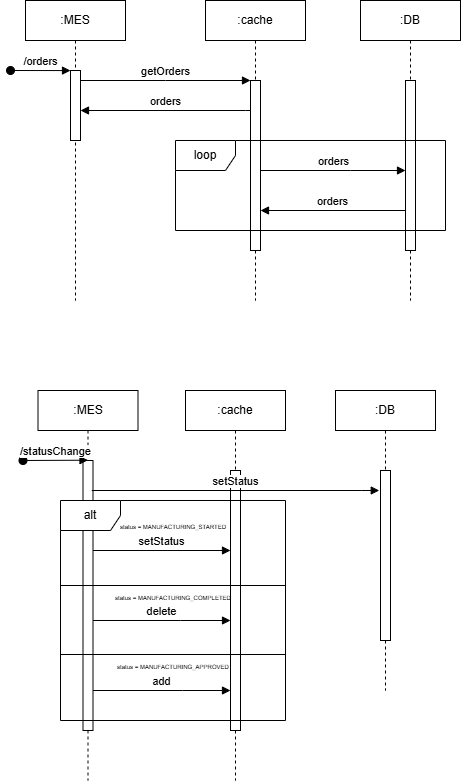
Earlier version of the draw.io export Task5/cache.drawio.png (EvHn/architecture-pro-alexandrite). Source tidied: cells renumbered, new cells last; positions are measured from the earlier drawing's top-left corner, leaving out a move shared by most shapes. Its diagram source:
```xml
<mxGraphModel>
  <root>
    <mxCell id="0" />
    <mxCell id="1" parent="0" />
    <mxCell id="2" value=":MES" style="shape=umlLifeline;perimeter=lifelinePerimeter;whiteSpace=wrap;html=1;newEdgeStyle={&quot;edgeStyle&quot;:&quot;elbowEdgeStyle&quot;,&quot;elbow&quot;:&quot;vertical&quot;,&quot;curved&quot;:0,&quot;rounded&quot;:0};" parent="1" vertex="1">
      <mxGeometry x="15" width="100" height="300" as="geometry" />
    </mxCell>
    <mxCell id="3" style="html=1;points=[];perimeter=orthogonalPerimeter;outlineConnect=0;targetShapes=umlLifeline;portConstraint=eastwest;newEdgeStyle={&quot;edgeStyle&quot;:&quot;elbowEdgeStyle&quot;,&quot;elbow&quot;:&quot;vertical&quot;,&quot;curved&quot;:0,&quot;rounded&quot;:0};" parent="2" vertex="1">
      <mxGeometry x="45" y="70" width="10" height="70" as="geometry" />
    </mxCell>
    <mxCell id="4" value="/orders" style="html=1;verticalAlign=bottom;startArrow=oval;endArrow=block;startSize=8;edgeStyle=elbowEdgeStyle;elbow=vertical;curved=0;rounded=0;" parent="2" edge="1" target="3">
      <mxGeometry relative="1" as="geometry">
        <mxPoint x="-15" y="70" as="sourcePoint" />
      </mxGeometry>
    </mxCell>
    <mxCell id="5" value=":cache" style="shape=umlLifeline;perimeter=lifelinePerimeter;whiteSpace=wrap;html=1;newEdgeStyle={&quot;edgeStyle&quot;:&quot;elbowEdgeStyle&quot;,&quot;elbow&quot;:&quot;vertical&quot;,&quot;curved&quot;:0,&quot;rounded&quot;:0};" parent="1" vertex="1">
      <mxGeometry x="195" width="100" height="300" as="geometry" />
    </mxCell>
    <mxCell id="6" style="html=1;points=[];perimeter=orthogonalPerimeter;outlineConnect=0;targetShapes=umlLifeline;portConstraint=eastwest;newEdgeStyle={&quot;edgeStyle&quot;:&quot;elbowEdgeStyle&quot;,&quot;elbow&quot;:&quot;vertical&quot;,&quot;curved&quot;:0,&quot;rounded&quot;:0};" parent="5" vertex="1">
      <mxGeometry x="45" y="80" width="10" height="170" as="geometry" />
    </mxCell>
    <mxCell id="7" value="getOrders" style="html=1;verticalAlign=bottom;endArrow=block;edgeStyle=elbowEdgeStyle;elbow=horizontal;curved=0;rounded=0;" parent="1" edge="1" source="3" target="6">
      <mxGeometry relative="1" as="geometry">
        <Array as="points">
          <mxPoint x="155" y="80" />
        </Array>
      </mxGeometry>
    </mxCell>
    <mxCell id="8" value=":DB" style="shape=umlLifeline;perimeter=lifelinePerimeter;whiteSpace=wrap;html=1;newEdgeStyle={&quot;edgeStyle&quot;:&quot;elbowEdgeStyle&quot;,&quot;elbow&quot;:&quot;vertical&quot;,&quot;curved&quot;:0,&quot;rounded&quot;:0};" parent="1" vertex="1">
      <mxGeometry x="350" width="100" height="300" as="geometry" />
    </mxCell>
    <mxCell id="9" style="html=1;points=[];perimeter=orthogonalPerimeter;outlineConnect=0;targetShapes=umlLifeline;portConstraint=eastwest;newEdgeStyle={&quot;edgeStyle&quot;:&quot;elbowEdgeStyle&quot;,&quot;elbow&quot;:&quot;vertical&quot;,&quot;curved&quot;:0,&quot;rounded&quot;:0};" parent="8" vertex="1">
      <mxGeometry x="45" y="80" width="10" height="170" as="geometry" />
    </mxCell>
    <mxCell id="10" value="orders" style="html=1;verticalAlign=bottom;endArrow=block;edgeStyle=elbowEdgeStyle;elbow=horizontal;curved=0;rounded=0;" parent="1" edge="1" source="6" target="3">
      <mxGeometry relative="1" as="geometry">
        <Array as="points">
          <mxPoint x="235" y="110" />
        </Array>
      </mxGeometry>
    </mxCell>
    <mxCell id="11" value="loop" style="shape=umlFrame;whiteSpace=wrap;html=1;" parent="1" vertex="1">
      <mxGeometry x="165" y="140" width="270" height="90" as="geometry" />
    </mxCell>
    <mxCell id="12" value="orders" style="html=1;verticalAlign=bottom;endArrow=block;edgeStyle=elbowEdgeStyle;elbow=horizontal;curved=0;rounded=0;" parent="1" edge="1" source="6">
      <mxGeometry relative="1" as="geometry">
        <mxPoint x="395" y="170" as="targetPoint" />
        <Array as="points">
          <mxPoint x="340" y="170" />
        </Array>
      </mxGeometry>
    </mxCell>
    <mxCell id="13" value="orders" style="html=1;verticalAlign=bottom;endArrow=block;edgeStyle=elbowEdgeStyle;elbow=horizontal;curved=0;rounded=0;" parent="1" edge="1">
      <mxGeometry relative="1" as="geometry">
        <mxPoint x="395" y="210" as="sourcePoint" />
        <mxPoint x="250" y="210" as="targetPoint" />
      </mxGeometry>
    </mxCell>
    <mxCell id="14" value=":MES" style="shape=umlLifeline;perimeter=lifelinePerimeter;whiteSpace=wrap;html=1;newEdgeStyle={&quot;edgeStyle&quot;:&quot;elbowEdgeStyle&quot;,&quot;elbow&quot;:&quot;vertical&quot;,&quot;curved&quot;:0,&quot;rounded&quot;:0};" parent="1" vertex="1">
      <mxGeometry x="27.5" y="390" width="100" height="390" as="geometry" />
    </mxCell>
    <mxCell id="15" style="html=1;points=[];perimeter=orthogonalPerimeter;outlineConnect=0;targetShapes=umlLifeline;portConstraint=eastwest;newEdgeStyle={&quot;edgeStyle&quot;:&quot;elbowEdgeStyle&quot;,&quot;elbow&quot;:&quot;vertical&quot;,&quot;curved&quot;:0,&quot;rounded&quot;:0};" parent="14" vertex="1">
      <mxGeometry x="45" y="70" width="10" height="270" as="geometry" />
    </mxCell>
    <mxCell id="16" value="/statusChange" style="html=1;verticalAlign=bottom;startArrow=oval;endArrow=block;startSize=8;edgeStyle=elbowEdgeStyle;elbow=vertical;curved=0;rounded=0;" parent="14" edge="1" target="15">
      <mxGeometry relative="1" as="geometry">
        <mxPoint x="-15" y="70" as="sourcePoint" />
      </mxGeometry>
    </mxCell>
    <mxCell id="17" value=":cache" style="shape=umlLifeline;perimeter=lifelinePerimeter;whiteSpace=wrap;html=1;newEdgeStyle={&quot;edgeStyle&quot;:&quot;elbowEdgeStyle&quot;,&quot;elbow&quot;:&quot;vertical&quot;,&quot;curved&quot;:0,&quot;rounded&quot;:0};" parent="1" vertex="1">
      <mxGeometry x="175" y="390" width="100" height="390" as="geometry" />
    </mxCell>
    <mxCell id="18" style="html=1;points=[];perimeter=orthogonalPerimeter;outlineConnect=0;targetShapes=umlLifeline;portConstraint=eastwest;newEdgeStyle={&quot;edgeStyle&quot;:&quot;elbowEdgeStyle&quot;,&quot;elbow&quot;:&quot;vertical&quot;,&quot;curved&quot;:0,&quot;rounded&quot;:0};" parent="17" vertex="1">
      <mxGeometry x="45" y="80" width="10" height="260" as="geometry" />
    </mxCell>
    <mxCell id="19" value="setStatus" style="html=1;verticalAlign=bottom;endArrow=block;edgeStyle=elbowEdgeStyle;elbow=horizontal;curved=0;rounded=0;" parent="1" edge="1">
      <mxGeometry relative="1" as="geometry">
        <mxPoint x="82.5" y="550" as="sourcePoint" />
        <mxPoint x="220" y="550" as="targetPoint" />
        <Array as="points">
          <mxPoint x="167.5" y="550" />
        </Array>
      </mxGeometry>
    </mxCell>
    <mxCell id="20" value=":DB" style="shape=umlLifeline;perimeter=lifelinePerimeter;whiteSpace=wrap;html=1;newEdgeStyle={&quot;edgeStyle&quot;:&quot;elbowEdgeStyle&quot;,&quot;elbow&quot;:&quot;vertical&quot;,&quot;curved&quot;:0,&quot;rounded&quot;:0};" parent="1" vertex="1">
      <mxGeometry x="325" y="390" width="100" height="300" as="geometry" />
    </mxCell>
    <mxCell id="21" style="html=1;perimeter=orthogonalPerimeter;targetShapes=umlLifeline;newEdgeStyle={&quot;edgeStyle&quot;:&quot;elbowEdgeStyle&quot;,&quot;elbow&quot;:&quot;vertical&quot;,&quot;curved&quot;:0,&quot;rounded&quot;:0};" parent="20" vertex="1">
      <mxGeometry x="45" y="80" width="10" height="170" as="geometry" />
    </mxCell>
    <mxCell id="22" value="setStatus" style="html=1;verticalAlign=bottom;endArrow=block;edgeStyle=elbowEdgeStyle;elbow=horizontal;curved=0;rounded=0;" parent="1" edge="1">
      <mxGeometry relative="1" as="geometry">
        <mxPoint x="81.2" y="490" as="sourcePoint" />
        <mxPoint x="368.8" y="490" as="targetPoint" />
        <Array as="points">
          <mxPoint x="351.2" y="490" />
        </Array>
      </mxGeometry>
    </mxCell>
    <mxCell id="23" value="alt" style="shape=umlFrame;whiteSpace=wrap;html=1;" parent="1" vertex="1">
      <mxGeometry x="50" y="500" width="225" height="220" as="geometry" />
    </mxCell>
    <mxCell id="24" style="line;strokeWidth=1;fillColor=none;align=left;verticalAlign=middle;spacingTop=-1;spacingLeft=3;spacingRight=3;labelPosition=right;strokeColor=inherit;" parent="1" vertex="1">
      <mxGeometry x="50" y="581" width="225" height="8" as="geometry" />
    </mxCell>
    <mxCell id="25" style="line;strokeWidth=1;fillColor=none;align=left;verticalAlign=middle;spacingTop=-1;spacingLeft=3;spacingRight=3;labelPosition=right;strokeColor=inherit;" parent="1" vertex="1">
      <mxGeometry x="50" y="650" width="225" height="8" as="geometry" />
    </mxCell>
    <mxCell id="26" value="delete" style="html=1;verticalAlign=bottom;endArrow=block;edgeStyle=elbowEdgeStyle;elbow=horizontal;curved=0;rounded=0;" parent="1" edge="1" source="15" target="18">
      <mxGeometry relative="1" as="geometry">
        <Array as="points">
          <mxPoint x="170" y="620" />
        </Array>
      </mxGeometry>
    </mxCell>
    <mxCell id="27" value="add" style="html=1;verticalAlign=bottom;endArrow=block;edgeStyle=elbowEdgeStyle;elbow=horizontal;curved=0;rounded=0;" parent="1" edge="1" source="15" target="18">
      <mxGeometry relative="1" as="geometry">
        <Array as="points">
          <mxPoint x="172" y="690" />
        </Array>
      </mxGeometry>
    </mxCell>
    <mxCell id="28" value="&lt;font style=&quot;font-size: 6px;&quot;&gt;status = MANUFACTURING_STARTED&lt;/font&gt;" style="text;html=1;whiteSpace=wrap;strokeColor=none;fillColor=none;align=center;verticalAlign=middle;rounded=0;strokeWidth=1;" parent="1" vertex="1">
      <mxGeometry x="102.5" y="510" width="120" height="30" as="geometry" />
    </mxCell>
    <mxCell id="29" value="&lt;font style=&quot;font-size: 6px;&quot;&gt;status = MANUFACTURING_COMPLETED&lt;/font&gt;" style="text;html=1;whiteSpace=wrap;strokeColor=none;fillColor=none;align=center;verticalAlign=middle;rounded=0;strokeWidth=1;" parent="1" vertex="1">
      <mxGeometry x="102.5" y="581" width="120" height="30" as="geometry" />
    </mxCell>
    <mxCell id="30" value="&lt;font style=&quot;font-size: 6px;&quot;&gt;status = MANUFACTURING_APPROVED&lt;/font&gt;" style="text;html=1;whiteSpace=wrap;strokeColor=none;fillColor=none;align=center;verticalAlign=middle;rounded=0;strokeWidth=1;" parent="1" vertex="1">
      <mxGeometry x="102.5" y="650" width="120" height="30" as="geometry" />
    </mxCell>
  </root>
</mxGraphModel>
```
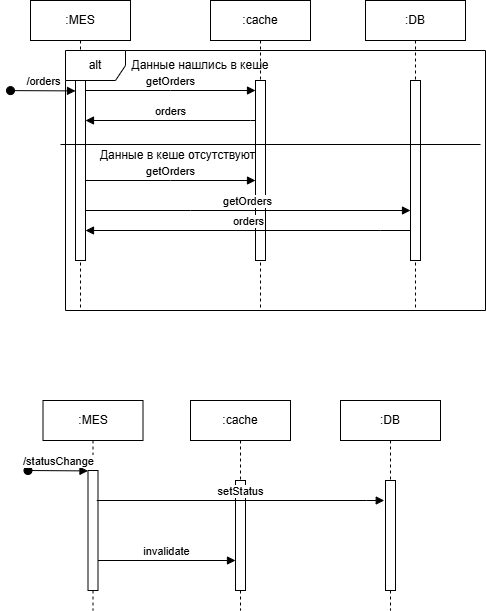
Above is the later version.

Change to the diagram source:
```diff
@@ -3,21 +3,16 @@
     <mxCell id="0" />
     <mxCell id="1" parent="0" />
     <mxCell id="2" value=":MES" style="shape=umlLifeline;perimeter=lifelinePerimeter;whiteSpace=wrap;html=1;newEdgeStyle={&quot;edgeStyle&quot;:&quot;elbowEdgeStyle&quot;,&quot;elbow&quot;:&quot;vertical&quot;,&quot;curved&quot;:0,&quot;rounded&quot;:0};" parent="1" vertex="1">
-      <mxGeometry x="15" width="100" height="300" as="geometry" />
+      <mxGeometry x="15" y="-10" width="100" height="310" as="geometry" />
     </mxCell>
     <mxCell id="3" style="html=1;points=[];perimeter=orthogonalPerimeter;outlineConnect=0;targetShapes=umlLifeline;portConstraint=eastwest;newEdgeStyle={&quot;edgeStyle&quot;:&quot;elbowEdgeStyle&quot;,&quot;elbow&quot;:&quot;vertical&quot;,&quot;curved&quot;:0,&quot;rounded&quot;:0};" parent="2" vertex="1">
-      <mxGeometry x="45" y="70" width="10" height="70" as="geometry" />
+      <mxGeometry x="45" y="70" width="10" height="190" as="geometry" />
     </mxCell>
-    <mxCell id="4" value="/orders" style="html=1;verticalAlign=bottom;startArrow=oval;endArrow=block;startSize=8;edgeStyle=elbowEdgeStyle;elbow=vertical;curved=0;rounded=0;" parent="2" edge="1" target="3">
-      <mxGeometry relative="1" as="geometry">
-        <mxPoint x="-15" y="70" as="sourcePoint" />
-      </mxGeometry>
-    </mxCell>
     <mxCell id="5" value=":cache" style="shape=umlLifeline;perimeter=lifelinePerimeter;whiteSpace=wrap;html=1;newEdgeStyle={&quot;edgeStyle&quot;:&quot;elbowEdgeStyle&quot;,&quot;elbow&quot;:&quot;vertical&quot;,&quot;curved&quot;:0,&quot;rounded&quot;:0};" parent="1" vertex="1">
-      <mxGeometry x="195" width="100" height="300" as="geometry" />
+      <mxGeometry x="195" y="-10" width="100" height="310" as="geometry" />
     </mxCell>
     <mxCell id="6" style="html=1;points=[];perimeter=orthogonalPerimeter;outlineConnect=0;targetShapes=umlLifeline;portConstraint=eastwest;newEdgeStyle={&quot;edgeStyle&quot;:&quot;elbowEdgeStyle&quot;,&quot;elbow&quot;:&quot;vertical&quot;,&quot;curved&quot;:0,&quot;rounded&quot;:0};" parent="5" vertex="1">
-      <mxGeometry x="45" y="80" width="10" height="170" as="geometry" />
+      <mxGeometry x="45" y="80" width="10" height="180" as="geometry" />
     </mxCell>
     <mxCell id="7" value="getOrders" style="html=1;verticalAlign=bottom;endArrow=block;edgeStyle=elbowEdgeStyle;elbow=horizontal;curved=0;rounded=0;" parent="1" edge="1" source="3" target="6">
       <mxGeometry relative="1" as="geometry">
@@ -27,10 +22,10 @@
       </mxGeometry>
     </mxCell>
     <mxCell id="8" value=":DB" style="shape=umlLifeline;perimeter=lifelinePerimeter;whiteSpace=wrap;html=1;newEdgeStyle={&quot;edgeStyle&quot;:&quot;elbowEdgeStyle&quot;,&quot;elbow&quot;:&quot;vertical&quot;,&quot;curved&quot;:0,&quot;rounded&quot;:0};" parent="1" vertex="1">
-      <mxGeometry x="350" width="100" height="300" as="geometry" />
+      <mxGeometry x="350" y="-10" width="100" height="310" as="geometry" />
     </mxCell>
     <mxCell id="9" style="html=1;points=[];perimeter=orthogonalPerimeter;outlineConnect=0;targetShapes=umlLifeline;portConstraint=eastwest;newEdgeStyle={&quot;edgeStyle&quot;:&quot;elbowEdgeStyle&quot;,&quot;elbow&quot;:&quot;vertical&quot;,&quot;curved&quot;:0,&quot;rounded&quot;:0};" parent="8" vertex="1">
-      <mxGeometry x="45" y="80" width="10" height="170" as="geometry" />
+      <mxGeometry x="45" y="80" width="10" height="180" as="geometry" />
     </mxCell>
     <mxCell id="10" value="orders" style="html=1;verticalAlign=bottom;endArrow=block;edgeStyle=elbowEdgeStyle;elbow=horizontal;curved=0;rounded=0;" parent="1" edge="1" source="6" target="3">
       <mxGeometry relative="1" as="geometry">
@@ -39,28 +34,19 @@
         </Array>
       </mxGeometry>
     </mxCell>
-    <mxCell id="11" value="loop" style="shape=umlFrame;whiteSpace=wrap;html=1;" parent="1" vertex="1">
-      <mxGeometry x="165" y="140" width="270" height="90" as="geometry" />
-    </mxCell>
-    <mxCell id="12" value="orders" style="html=1;verticalAlign=bottom;endArrow=block;edgeStyle=elbowEdgeStyle;elbow=horizontal;curved=0;rounded=0;" parent="1" edge="1" source="6">
+    <mxCell id="12" value="getOrders" style="html=1;verticalAlign=bottom;endArrow=block;edgeStyle=elbowEdgeStyle;elbow=horizontal;curved=0;rounded=0;" parent="1" edge="1" source="3" target="9">
       <mxGeometry relative="1" as="geometry">
-        <mxPoint x="395" y="170" as="targetPoint" />
         <Array as="points">
-          <mxPoint x="340" y="170" />
+          <mxPoint x="175" y="200" />
+          <mxPoint x="335" y="180" />
         </Array>
       </mxGeometry>
     </mxCell>
-    <mxCell id="13" value="orders" style="html=1;verticalAlign=bottom;endArrow=block;edgeStyle=elbowEdgeStyle;elbow=horizontal;curved=0;rounded=0;" parent="1" edge="1">
-      <mxGeometry relative="1" as="geometry">
-        <mxPoint x="395" y="210" as="sourcePoint" />
-        <mxPoint x="250" y="210" as="targetPoint" />
-      </mxGeometry>
-    </mxCell>
     <mxCell id="14" value=":MES" style="shape=umlLifeline;perimeter=lifelinePerimeter;whiteSpace=wrap;html=1;newEdgeStyle={&quot;edgeStyle&quot;:&quot;elbowEdgeStyle&quot;,&quot;elbow&quot;:&quot;vertical&quot;,&quot;curved&quot;:0,&quot;rounded&quot;:0};" parent="1" vertex="1">
-      <mxGeometry x="27.5" y="390" width="100" height="390" as="geometry" />
+      <mxGeometry x="27.5" y="390" width="100" height="210" as="geometry" />
     </mxCell>
     <mxCell id="15" style="html=1;points=[];perimeter=orthogonalPerimeter;outlineConnect=0;targetShapes=umlLifeline;portConstraint=eastwest;newEdgeStyle={&quot;edgeStyle&quot;:&quot;elbowEdgeStyle&quot;,&quot;elbow&quot;:&quot;vertical&quot;,&quot;curved&quot;:0,&quot;rounded&quot;:0};" parent="14" vertex="1">
-      <mxGeometry x="45" y="70" width="10" height="270" as="geometry" />
+      <mxGeometry x="45" y="70" width="10" height="120" as="geometry" />
     </mxCell>
     <mxCell id="16" value="/statusChange" style="html=1;verticalAlign=bottom;startArrow=oval;endArrow=block;startSize=8;edgeStyle=elbowEdgeStyle;elbow=vertical;curved=0;rounded=0;" parent="14" edge="1" target="15">
       <mxGeometry relative="1" as="geometry">
@@ -68,12 +54,12 @@
       </mxGeometry>
     </mxCell>
     <mxCell id="17" value=":cache" style="shape=umlLifeline;perimeter=lifelinePerimeter;whiteSpace=wrap;html=1;newEdgeStyle={&quot;edgeStyle&quot;:&quot;elbowEdgeStyle&quot;,&quot;elbow&quot;:&quot;vertical&quot;,&quot;curved&quot;:0,&quot;rounded&quot;:0};" parent="1" vertex="1">
-      <mxGeometry x="175" y="390" width="100" height="390" as="geometry" />
+      <mxGeometry x="175" y="390" width="100" height="210" as="geometry" />
     </mxCell>
     <mxCell id="18" style="html=1;points=[];perimeter=orthogonalPerimeter;outlineConnect=0;targetShapes=umlLifeline;portConstraint=eastwest;newEdgeStyle={&quot;edgeStyle&quot;:&quot;elbowEdgeStyle&quot;,&quot;elbow&quot;:&quot;vertical&quot;,&quot;curved&quot;:0,&quot;rounded&quot;:0};" parent="17" vertex="1">
-      <mxGeometry x="45" y="80" width="10" height="260" as="geometry" />
+      <mxGeometry x="45" y="80" width="10" height="110" as="geometry" />
     </mxCell>
-    <mxCell id="19" value="setStatus" style="html=1;verticalAlign=bottom;endArrow=block;edgeStyle=elbowEdgeStyle;elbow=horizontal;curved=0;rounded=0;" parent="1" edge="1">
+    <mxCell id="19" value="invalidate" style="html=1;verticalAlign=bottom;endArrow=block;edgeStyle=elbowEdgeStyle;elbow=horizontal;curved=0;rounded=0;" parent="1" edge="1">
       <mxGeometry relative="1" as="geometry">
         <mxPoint x="82.5" y="550" as="sourcePoint" />
         <mxPoint x="220" y="550" as="targetPoint" />
@@ -83,10 +69,10 @@
       </mxGeometry>
     </mxCell>
     <mxCell id="20" value=":DB" style="shape=umlLifeline;perimeter=lifelinePerimeter;whiteSpace=wrap;html=1;newEdgeStyle={&quot;edgeStyle&quot;:&quot;elbowEdgeStyle&quot;,&quot;elbow&quot;:&quot;vertical&quot;,&quot;curved&quot;:0,&quot;rounded&quot;:0};" parent="1" vertex="1">
-      <mxGeometry x="325" y="390" width="100" height="300" as="geometry" />
+      <mxGeometry x="325" y="390" width="100" height="210" as="geometry" />
     </mxCell>
     <mxCell id="21" style="html=1;perimeter=orthogonalPerimeter;targetShapes=umlLifeline;newEdgeStyle={&quot;edgeStyle&quot;:&quot;elbowEdgeStyle&quot;,&quot;elbow&quot;:&quot;vertical&quot;,&quot;curved&quot;:0,&quot;rounded&quot;:0};" parent="20" vertex="1">
-      <mxGeometry x="45" y="80" width="10" height="170" as="geometry" />
+      <mxGeometry x="45" y="80" width="10" height="110" as="geometry" />
     </mxCell>
     <mxCell id="22" value="setStatus" style="html=1;verticalAlign=bottom;endArrow=block;edgeStyle=elbowEdgeStyle;elbow=horizontal;curved=0;rounded=0;" parent="1" edge="1">
       <mxGeometry relative="1" as="geometry">
@@ -98,36 +84,38 @@
       </mxGeometry>
     </mxCell>
     <mxCell id="23" value="alt" style="shape=umlFrame;whiteSpace=wrap;html=1;" parent="1" vertex="1">
-      <mxGeometry x="50" y="500" width="225" height="220" as="geometry" />
+      <mxGeometry x="50" y="40" width="420" height="260" as="geometry" />
     </mxCell>
-    <mxCell id="24" style="line;strokeWidth=1;fillColor=none;align=left;verticalAlign=middle;spacingTop=-1;spacingLeft=3;spacingRight=3;labelPosition=right;strokeColor=inherit;" parent="1" vertex="1">
-      <mxGeometry x="50" y="581" width="225" height="8" as="geometry" />
-    </mxCell>
-    <mxCell id="25" style="line;strokeWidth=1;fillColor=none;align=left;verticalAlign=middle;spacingTop=-1;spacingLeft=3;spacingRight=3;labelPosition=right;strokeColor=inherit;" parent="1" vertex="1">
-      <mxGeometry x="50" y="650" width="225" height="8" as="geometry" />
-    </mxCell>
-    <mxCell id="26" value="delete" style="html=1;verticalAlign=bottom;endArrow=block;edgeStyle=elbowEdgeStyle;elbow=horizontal;curved=0;rounded=0;" parent="1" edge="1" source="15" target="18">
-      <mxGeometry relative="1" as="geometry">
-        <Array as="points">
-          <mxPoint x="170" y="620" />
-        </Array>
-      </mxGeometry>
-    </mxCell>
-    <mxCell id="27" value="add" style="html=1;verticalAlign=bottom;endArrow=block;edgeStyle=elbowEdgeStyle;elbow=horizontal;curved=0;rounded=0;" parent="1" edge="1" source="15" target="18">
-      <mxGeometry relative="1" as="geometry">
-        <Array as="points">
-          <mxPoint x="172" y="690" />
-        </Array>
-      </mxGeometry>
-    </mxCell>
-    <mxCell id="28" value="&lt;font style=&quot;font-size: 6px;&quot;&gt;status = MANUFACTURING_STARTED&lt;/font&gt;" style="text;html=1;whiteSpace=wrap;strokeColor=none;fillColor=none;align=center;verticalAlign=middle;rounded=0;strokeWidth=1;" parent="1" vertex="1">
-      <mxGeometry x="102.5" y="510" width="120" height="30" as="geometry" />
-    </mxCell>
-    <mxCell id="29" value="&lt;font style=&quot;font-size: 6px;&quot;&gt;status = MANUFACTURING_COMPLETED&lt;/font&gt;" style="text;html=1;whiteSpace=wrap;strokeColor=none;fillColor=none;align=center;verticalAlign=middle;rounded=0;strokeWidth=1;" parent="1" vertex="1">
-      <mxGeometry x="102.5" y="581" width="120" height="30" as="geometry" />
-    </mxCell>
-    <mxCell id="30" value="&lt;font style=&quot;font-size: 6px;&quot;&gt;status = MANUFACTURING_APPROVED&lt;/font&gt;" style="text;html=1;whiteSpace=wrap;strokeColor=none;fillColor=none;align=center;verticalAlign=middle;rounded=0;strokeWidth=1;" parent="1" vertex="1">
-      <mxGeometry x="102.5" y="650" width="120" height="30" as="geometry" />
-    </mxCell>
+    <mxCell id="4" value="/orders" style="html=1;verticalAlign=bottom;startArrow=oval;endArrow=block;startSize=8;edgeStyle=elbowEdgeStyle;elbow=vertical;curved=0;rounded=0;" parent="1" edge="1">
+      <mxGeometry relative="1" as="geometry">
+        <mxPoint x="-5" y="80.1" as="sourcePoint" />
+        <mxPoint x="60" y="80.1" as="targetPoint" />
+      </mxGeometry>
+    </mxCell>
+    <mxCell id="31" style="line;strokeWidth=1;fillColor=none;align=left;verticalAlign=middle;spacingTop=-1;spacingLeft=3;spacingRight=3;labelPosition=right;strokeColor=inherit;" parent="1" vertex="1">
+      <mxGeometry x="45" y="130" width="420" height="8" as="geometry" />
+    </mxCell>
+    <mxCell id="13" value="orders" style="html=1;verticalAlign=bottom;endArrow=block;edgeStyle=elbowEdgeStyle;elbow=horizontal;curved=0;rounded=0;" parent="1" edge="1" source="9">
+      <mxGeometry relative="1" as="geometry">
+        <mxPoint x="70" y="220" as="targetPoint" />
+        <Array as="points">
+          <mxPoint x="365.2" y="220" />
+        </Array>
+      </mxGeometry>
+    </mxCell>
+    <mxCell id="32" value="getOrders" style="html=1;verticalAlign=bottom;endArrow=block;edgeStyle=elbowEdgeStyle;elbow=horizontal;curved=0;rounded=0;" parent="1" edge="1" source="3" target="6">
+      <mxGeometry relative="1" as="geometry">
+        <Array as="points">
+          <mxPoint x="155" y="170" />
+          <mxPoint x="150" y="150" />
+        </Array>
+      </mxGeometry>
+    </mxCell>
+    <mxCell id="33" value="Данные нашлись в кеше" style="text;html=1;whiteSpace=wrap;strokeColor=none;fillColor=none;align=center;verticalAlign=middle;rounded=0;" parent="1" vertex="1">
+      <mxGeometry x="115" y="40" width="140" height="30" as="geometry" />
+    </mxCell>
+    <mxCell id="34" value="Данные в кеше отсутствуют" style="text;html=1;whiteSpace=wrap;strokeColor=none;fillColor=none;align=center;verticalAlign=middle;rounded=0;" parent="1" vertex="1">
+      <mxGeometry x="61.2" y="130" width="202.5" height="30" as="geometry" />
+    </mxCell>
   </root>
 </mxGraphModel>
```
